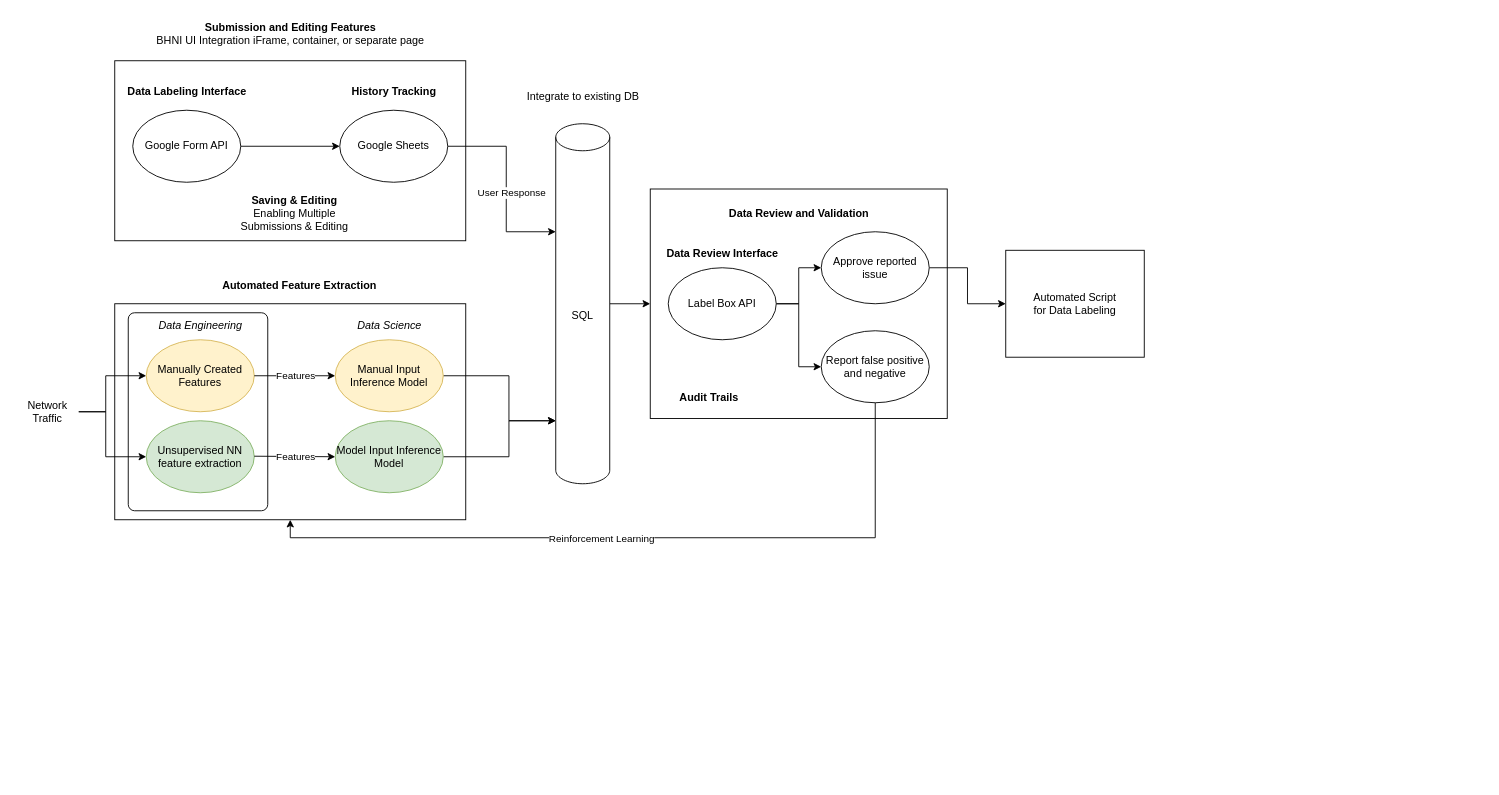
Earlier version of the draw.io diagram BHNI form.drawio (VadneyK/diagrams). Source tidied: cells renumbered, new cells numbered last; positions are measured from the earlier drawing's top-left corner, leaving out a move shared by most shapes. Both pictures are drawn from the tidied source at 90%, with x=0, y=0 at pixel (15, 15).
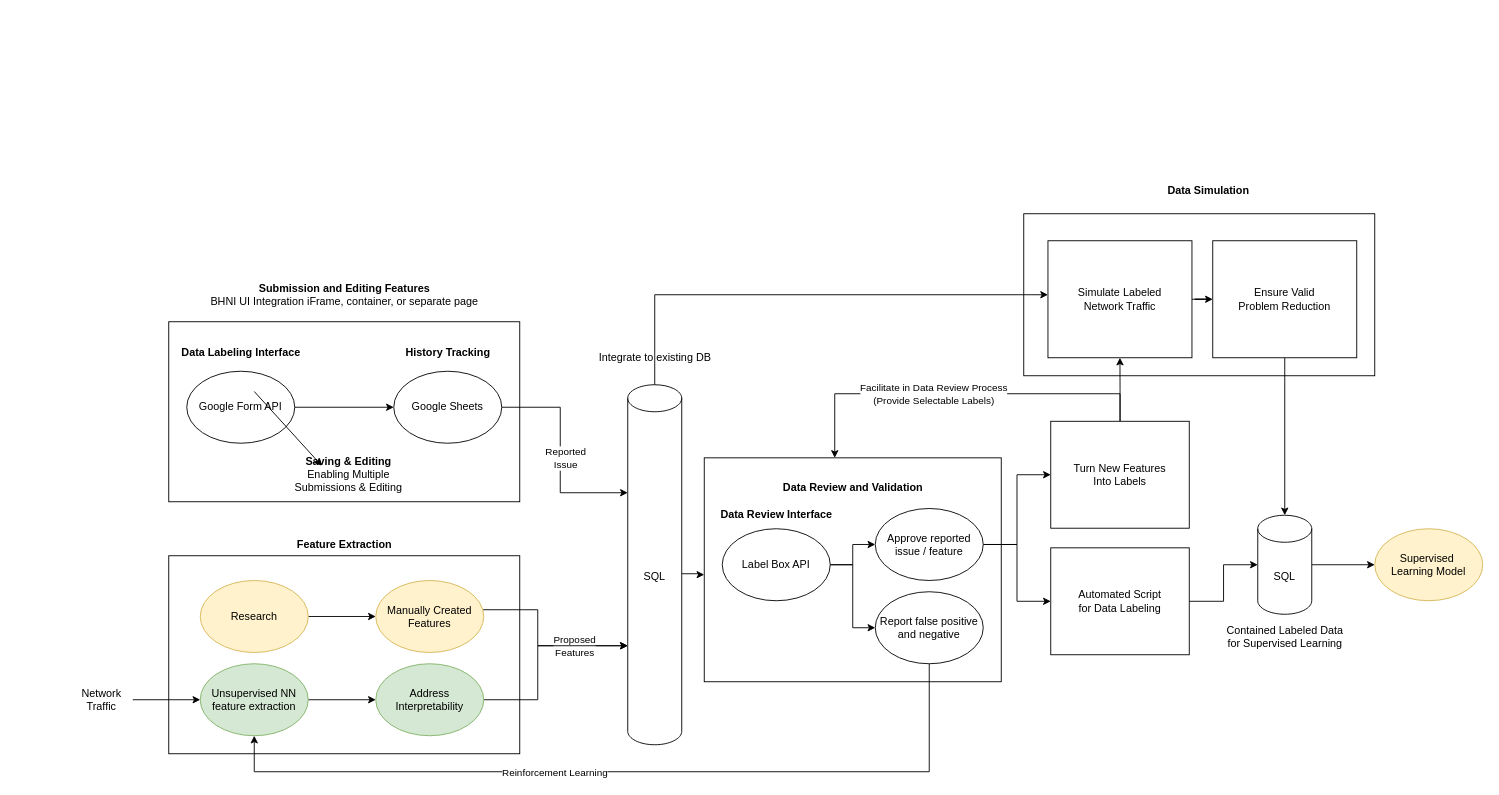
After the change.

What changed in the source:
```diff
@@
+    <mxCell id="46" style="rounded=0;whiteSpace=wrap;html=1;" parent="1" vertex="1">
+      <mxGeometry x="1120" y="220" width="390" height="180" as="geometry" />
+    </mxCell>
+    <mxCell id="3" style="rounded=0;whiteSpace=wrap;html=1;" parent="1" vertex="1">
+      <mxGeometry x="170" y="600" width="390" height="220" as="geometry" />
+    </mxCell>
     <mxCell id="2" style="rounded=0;whiteSpace=wrap;html=1;" parent="1" vertex="1">
-      <mxGeometry x="705" y="192.5" width="330" height="255" as="geometry" />
+      <mxGeometry x="765" y="491.2" width="330" height="248.8" as="geometry" />
     </mxCell>
-    <mxCell id="3" style="rounded=0;whiteSpace=wrap;html=1;" parent="1" vertex="1">
-      <mxGeometry x="110" y="320" width="390" height="240" as="geometry" />
-    </mxCell>
-    <mxCell id="4" style="rounded=1;whiteSpace=wrap;html=1;absoluteArcSize=1;arcSize=14;strokeWidth=1;" parent="1" vertex="1">
-      <mxGeometry x="125" y="330" width="155" height="220" as="geometry" />
-    </mxCell>
     <mxCell id="5" style="rounded=0;whiteSpace=wrap;html=1;" parent="1" vertex="1">
-      <mxGeometry x="110" y="50" width="390" height="200" as="geometry" />
+      <mxGeometry x="170" y="340" width="390" height="200" as="geometry" />
     </mxCell>
     <mxCell id="6" value="&lt;b&gt;Data Labeling Interface&lt;/b&gt;" style="text;html=1;align=center;verticalAlign=middle;strokeColor=none;fillColor=none;" parent="1" vertex="1">
-      <mxGeometry x="110" y="70" width="160" height="30" as="geometry" />
+      <mxGeometry x="170" y="360" width="160" height="30" as="geometry" />
     </mxCell>
@@
     <mxCell id="8" value="Google Form API" style="ellipse;whiteSpace=wrap;html=1;" parent="1" vertex="1">
-      <mxGeometry x="130" y="105" width="120" height="80" as="geometry" />
+      <mxGeometry x="190" y="395" width="120" height="80" as="geometry" />
     </mxCell>
     <mxCell id="9" value="&lt;b&gt;History Tracking&lt;/b&gt;" style="text;html=1;align=center;verticalAlign=middle;strokeColor=none;fillColor=none;" parent="1" vertex="1">
-      <mxGeometry x="360" y="70" width="120" height="30" as="geometry" />
+      <mxGeometry x="420" y="360" width="120" height="30" as="geometry" />
     </mxCell>
     <mxCell id="10" style="edgeStyle=orthogonalEdgeStyle;rounded=0;jettySize=auto;html=1;" parent="1" edge="1" source="12" target="37">
       <mxGeometry relative="1" as="geometry">
         <Array as="points">
-          <mxPoint x="545" y="145" />
-          <mxPoint x="545" y="240" />
+          <mxPoint x="605" y="435" />
+          <mxPoint x="605" y="530" />
         </Array>
       </mxGeometry>
     </mxCell>
-    <mxCell id="11" value="User Response" style="edgeLabel;html=1;align=center;verticalAlign=middle;" parent="10" vertex="1">
+    <mxCell id="11" value="Reported&lt;div&gt;Issue&lt;/div&gt;" style="edgeLabel;html=1;align=center;verticalAlign=middle;" parent="10" vertex="1">
       <mxGeometry x="-0.29" relative="1" as="geometry">
-        <mxPoint x="5" y="40" as="offset" />
+        <mxPoint x="5" y="38" as="offset" />
       </mxGeometry>
     </mxCell>
     <mxCell id="12" value="Google Sheets" style="ellipse;whiteSpace=wrap;html=1;" parent="1" vertex="1">
-      <mxGeometry x="360" y="105" width="120" height="80" as="geometry" />
+      <mxGeometry x="420" y="395" width="120" height="80" as="geometry" />
     </mxCell>
     <mxCell id="13" value="&lt;b&gt;Submission and Editing Features&lt;/b&gt;&lt;div&gt;BHNI UI Integration iFrame, container, or separate page&lt;/div&gt;" style="text;html=1;align=center;verticalAlign=middle;strokeColor=none;fillColor=none;" parent="1" vertex="1">
-      <mxGeometry x="145" width="320" height="40" as="geometry" />
+      <mxGeometry x="205" y="290" width="320" height="40" as="geometry" />
     </mxCell>
     <mxCell id="14" value="&lt;b&gt;Saving &amp;amp; Editing&lt;/b&gt;&lt;div&gt;&lt;span style=&quot;background-color: initial;&quot;&gt;Enabling Multiple Submissions &amp;amp; Editing&lt;/span&gt;&lt;/div&gt;" style="text;html=1;align=center;verticalAlign=middle;whiteSpace=wrap;rounded=0;" parent="1" vertex="1">
-      <mxGeometry x="230" y="190" width="160" height="60" as="geometry" />
+      <mxGeometry x="290" y="480" width="160" height="60" as="geometry" />
     </mxCell>
-    <mxCell id="15" value="&lt;i&gt;Data Engineering&lt;/i&gt;" style="text;html=1;align=center;verticalAlign=middle;strokeColor=none;fillColor=none;" parent="1" vertex="1">
-      <mxGeometry x="145" y="330" width="120" height="30" as="geometry" />
-    </mxCell>
-    <mxCell id="16" value="Manually Created Features" style="ellipse;whiteSpace=wrap;html=1;fillColor=#fff2cc;strokeColor=#d6b656;" parent="1" vertex="1">
-      <mxGeometry x="145" y="360" width="120" height="80" as="geometry" />
-    </mxCell>
-    <mxCell id="17" value="&lt;i&gt;Data Science&lt;/i&gt;" style="text;html=1;align=center;verticalAlign=middle;strokeColor=none;fillColor=none;" parent="1" vertex="1">
-      <mxGeometry x="370" y="330" width="90" height="30" as="geometry" />
-    </mxCell>
-    <mxCell id="18" style="edgeStyle=orthogonalEdgeStyle;rounded=0;jettySize=auto;html=1;" parent="1" edge="1" source="19" target="37">
-      <mxGeometry relative="1" as="geometry">
-        <Array as="points">
-          <mxPoint x="548" y="400" />
-          <mxPoint x="548" y="450" />
-        </Array>
-      </mxGeometry>
-    </mxCell>
-    <mxCell id="19" value="Manual Input Inference Model" style="ellipse;whiteSpace=wrap;html=1;fillColor=#fff2cc;strokeColor=#d6b656;" parent="1" vertex="1">
-      <mxGeometry x="355" y="360" width="120" height="80" as="geometry" />
-    </mxCell>
-    <mxCell id="20" value="&lt;b&gt;Automated Feature Extraction&lt;/b&gt;" style="text;html=1;align=center;verticalAlign=middle;strokeColor=none;fillColor=none;" parent="1" vertex="1">
-      <mxGeometry x="220" y="285" width="190" height="30" as="geometry" />
+    <mxCell id="20" value="&lt;b style=&quot;background-color: initial;&quot;&gt;Feature Extraction&lt;/b&gt;" style="text;html=1;align=center;verticalAlign=middle;strokeColor=none;fillColor=none;" parent="1" vertex="1">
+      <mxGeometry x="300" y="572.5" width="130" height="30" as="geometry" />
     </mxCell>
-    <mxCell id="21" style="endArrow=classic;html=1;rounded=0;entryX=0;entryY=0.5;entryDx=0;entryDy=0;exitX=1;exitY=0.5;exitDx=0;exitDy=0;" parent="1" edge="1" source="16" target="19">
-      <mxGeometry relative="1" as="geometry" />
+    <mxCell id="21" style="endArrow=classic;html=1;rounded=0;entryX=0;entryY=0.5;entryDx=0;entryDy=0;exitX=1;exitY=0.5;exitDx=0;exitDy=0;" parent="1" edge="1">
+      <mxGeometry relative="1" as="geometry">
+        <mxPoint x="265" y="417.5" as="sourcePoint" />
+        <mxPoint x="340" y="500" as="targetPoint" />
+      </mxGeometry>
     </mxCell>
-    <mxCell id="22" value="Features" style="edgeLabel;html=1;align=center;verticalAlign=middle;" parent="21" vertex="1">
-      <mxGeometry x="0.01" y="1" relative="1" as="geometry" />
-    </mxCell>
+    <mxCell id="47" style="edgeStyle=orthogonalEdgeStyle;rounded=0;jettySize=auto;html=1;" parent="1" edge="1" source="23" target="28">
+      <mxGeometry relative="1" as="geometry" />
+    </mxCell>
     <mxCell id="23" value="Unsupervised NN feature extraction" style="ellipse;whiteSpace=wrap;html=1;fillColor=#d5e8d4;strokeColor=#82b366;" parent="1" vertex="1">
-      <mxGeometry x="145" y="450" width="120" height="80" as="geometry" />
+      <mxGeometry x="205" y="720" width="120" height="80" as="geometry" />
     </mxCell>
-    <mxCell id="24" style="edgeStyle=orthogonalEdgeStyle;rounded=0;jettySize=auto;html=1;" parent="1" edge="1" source="26" target="16">
-      <mxGeometry relative="1" as="geometry">
-        <Array as="points">
-          <mxPoint x="100" y="440" />
-          <mxPoint x="100" y="400" />
-        </Array>
-      </mxGeometry>
-    </mxCell>
     <mxCell id="25" style="edgeStyle=orthogonalEdgeStyle;rounded=0;jettySize=auto;html=1;" parent="1" edge="1" source="26" target="23">
-      <mxGeometry relative="1" as="geometry">
-        <Array as="points">
-          <mxPoint x="100" y="440" />
-          <mxPoint x="100" y="490" />
-        </Array>
-      </mxGeometry>
+      <mxGeometry relative="1" as="geometry" />
     </mxCell>
     <mxCell id="26" value="Network&lt;div&gt;Traffic&lt;/div&gt;" style="text;html=1;align=center;verticalAlign=middle;points=[];strokeColor=none;fillColor=none;" parent="1" vertex="1">
-      <mxGeometry y="420" width="70" height="40" as="geometry" />
+      <mxGeometry x="60" y="740" width="70" height="40" as="geometry" />
     </mxCell>
     <mxCell id="27" style="edgeStyle=orthogonalEdgeStyle;rounded=0;jettySize=auto;html=1;" parent="1" edge="1" source="28" target="37">
       <mxGeometry relative="1" as="geometry">
         <Array as="points">
-          <mxPoint x="548" y="490" />
-          <mxPoint x="548" y="450" />
+          <mxPoint x="580" y="760" />
+          <mxPoint x="580" y="700" />
         </Array>
       </mxGeometry>
     </mxCell>
+    <mxCell id="48" style="edgeLabel;html=1;align=center;verticalAlign=middle;" parent="27" vertex="1">
+      <mxGeometry x="0.01" y="2" relative="1" as="geometry" />
+    </mxCell>
+    <mxCell id="49" value="Proposed&lt;div&gt;Features&lt;/div&gt;" style="edgeLabel;html=1;align=center;verticalAlign=middle;" parent="27" vertex="1">
+      <mxGeometry x="0.06" y="-1" relative="1" as="geometry">
+        <mxPoint x="39" y="-3" as="offset" />
+      </mxGeometry>
+    </mxCell>
-    <mxCell id="28" value="Model Input Inference Model" style="ellipse;whiteSpace=wrap;html=1;fillColor=#d5e8d4;strokeColor=#82b366;" parent="1" vertex="1">
-      <mxGeometry x="355" y="450" width="120" height="80" as="geometry" />
+    <mxCell id="28" value="Address&lt;div&gt;Interpretability&lt;/div&gt;" style="ellipse;whiteSpace=wrap;html=1;fillColor=#d5e8d4;strokeColor=#82b366;" parent="1" vertex="1">
+      <mxGeometry x="400" y="720" width="120" height="80" as="geometry" />
     </mxCell>
-    <mxCell id="29" style="endArrow=classic;html=1;rounded=0;exitX=1;exitY=0.5;exitDx=0;exitDy=0;" parent="1" edge="1" target="28">
-      <mxGeometry relative="1" as="geometry">
-        <mxPoint x="265" y="489.4" as="sourcePoint" />
-      </mxGeometry>
-    </mxCell>
-    <mxCell id="30" value="Features" style="edgeLabel;html=1;align=center;verticalAlign=middle;" parent="29" vertex="1">
-      <mxGeometry x="0.03" relative="1" as="geometry" />
-    </mxCell>
@@
     <mxCell id="33" value="Label Box API" style="ellipse;whiteSpace=wrap;html=1;" parent="1" vertex="1">
-      <mxGeometry x="725" y="280" width="120" height="80" as="geometry" />
+      <mxGeometry x="785" y="570" width="120" height="80" as="geometry" />
     </mxCell>
-    <mxCell id="34" value="&lt;b&gt;Audit Trails&lt;/b&gt;" style="text;html=1;align=center;verticalAlign=middle;strokeColor=none;fillColor=none;" parent="1" vertex="1">
-      <mxGeometry x="725" y="410" width="90" height="30" as="geometry" />
-    </mxCell>
     <mxCell id="35" value="&lt;b&gt;Data Review and Validation&lt;/b&gt;" style="text;html=1;align=center;verticalAlign=middle;strokeColor=none;fillColor=none;" parent="1" vertex="1">
-      <mxGeometry x="780" y="205" width="180" height="30" as="geometry" />
+      <mxGeometry x="840" y="509" width="180" height="30" as="geometry" />
     </mxCell>
     <mxCell id="36" style="edgeStyle=orthogonalEdgeStyle;rounded=0;jettySize=auto;html=1;" parent="1" edge="1" source="37" target="2">
-      <mxGeometry relative="1" as="geometry" />
+      <mxGeometry relative="1" as="geometry">
+        <Array as="points">
+          <mxPoint x="760" y="620" />
+          <mxPoint x="760" y="621" />
+        </Array>
+      </mxGeometry>
     </mxCell>
-    <mxCell id="37" value="SQL" style="shape=cylinder3;whiteSpace=wrap;html=1;boundedLbl=1;backgroundOutline=1;size=15;" parent="1" vertex="1">
-      <mxGeometry x="600" y="120" width="60" height="400" as="geometry" />
-    </mxCell>
-    <mxCell id="38" value="Integrate to existing DB" style="text;html=1;align=center;verticalAlign=middle;strokeColor=none;fillColor=none;" parent="1" vertex="1">
-      <mxGeometry x="555" y="75" width="150" height="30" as="geometry" />
-    </mxCell>
     <mxCell id="39" value="&lt;b&gt;Data Review Interface&lt;/b&gt;" style="text;html=1;align=center;verticalAlign=middle;strokeColor=none;fillColor=none;" parent="1" vertex="1">
-      <mxGeometry x="710" y="250" width="150" height="30" as="geometry" />
+      <mxGeometry x="770" y="540" width="150" height="30" as="geometry" />
     </mxCell>
-    <mxCell id="40" style="edgeStyle=orthogonalEdgeStyle;rounded=0;jettySize=auto;html=1;entryX=0.5;entryY=1;entryDx=0;entryDy=0;" parent="1" edge="1" source="42" target="3">
-      <mxGeometry relative="1" as="geometry">
-        <Array as="points">
-          <mxPoint x="955" y="580" />
-          <mxPoint x="305" y="580" />
-        </Array>
-      </mxGeometry>
-    </mxCell>
+    <mxCell id="50" style="edgeStyle=orthogonalEdgeStyle;rounded=0;jettySize=auto;html=1;" parent="1" edge="1" source="42" target="23">
+      <mxGeometry relative="1" as="geometry">
+        <Array as="points">
+          <mxPoint x="1015" y="840" />
+          <mxPoint x="265" y="840" />
+        </Array>
+      </mxGeometry>
+    </mxCell>
-    <mxCell id="41" value="Reinforcement Learning" style="edgeLabel;html=1;align=center;verticalAlign=middle;" parent="40" vertex="1">
-      <mxGeometry x="0.11" relative="1" as="geometry" />
+    <mxCell id="41" value="Reinforcement Learning" style="edgeLabel;html=1;align=center;verticalAlign=middle;" parent="50" vertex="1">
+      <mxGeometry x="0.18" relative="1" as="geometry" />
     </mxCell>
     <mxCell id="42" value="Report false positive and negative" style="ellipse;whiteSpace=wrap;html=1;" parent="1" vertex="1">
-      <mxGeometry x="895" y="350" width="120" height="80" as="geometry" />
+      <mxGeometry x="955" y="640" width="120" height="80" as="geometry" />
     </mxCell>
@@
+    <mxCell id="51" style="edgeStyle=orthogonalEdgeStyle;rounded=0;jettySize=auto;html=1;" parent="1" edge="1" source="44" target="64">
+      <mxGeometry relative="1" as="geometry" />
+    </mxCell>
-    <mxCell id="44" value="Approve reported issue" style="ellipse;whiteSpace=wrap;html=1;" parent="1" vertex="1">
-      <mxGeometry x="895" y="240" width="120" height="80" as="geometry" />
+    <mxCell id="44" value="Approve reported issue / feature" style="ellipse;whiteSpace=wrap;html=1;" parent="1" vertex="1">
+      <mxGeometry x="955" y="547.5" width="120" height="80" as="geometry" />
     </mxCell>
+    <mxCell id="52" style="edgeStyle=orthogonalEdgeStyle;rounded=0;jettySize=auto;html=1;" parent="1" edge="1" source="45" target="54">
+      <mxGeometry relative="1" as="geometry" />
+    </mxCell>
     <mxCell id="45" value="Automated Script&lt;div&gt;for Data Labeling&lt;/div&gt;" style="rounded=0;whiteSpace=wrap;html=1;" parent="1" vertex="1">
-      <mxGeometry x="1100" y="260.6" width="153.9" height="118.8" as="geometry" />
+      <mxGeometry x="1150" y="591.2" width="153.9" height="118.8" as="geometry" />
     </mxCell>
+    <mxCell id="53" style="edgeStyle=orthogonalEdgeStyle;rounded=0;jettySize=auto;html=1;" parent="1" edge="1" source="54" target="60">
+      <mxGeometry relative="1" as="geometry" />
+    </mxCell>
+    <mxCell id="54" value="SQL" style="shape=cylinder3;whiteSpace=wrap;html=1;boundedLbl=1;backgroundOutline=1;size=15;" parent="1" vertex="1">
+      <mxGeometry x="1380" y="555" width="60" height="110" as="geometry" />
+    </mxCell>
+    <mxCell id="55" value="Contained Labeled Data&lt;br style=&quot;font-size: 12px;&quot;&gt;for Supervised Learning" style="text;html=1;align=center;verticalAlign=middle;strokeColor=none;fillColor=none;fontSize=12;" parent="1" vertex="1">
+      <mxGeometry x="1335" y="670" width="150" height="40" as="geometry" />
+    </mxCell>
+    <mxCell id="56" style="edgeStyle=orthogonalEdgeStyle;rounded=0;jettySize=auto;html=1;" parent="1" edge="1" source="16" target="37">
+      <mxGeometry relative="1" as="geometry">
+        <Array as="points">
+          <mxPoint x="580" y="660" />
+          <mxPoint x="580" y="700" />
+        </Array>
+      </mxGeometry>
+    </mxCell>
+    <mxCell id="16" value="Manually Created Features" style="ellipse;whiteSpace=wrap;html=1;fillColor=#fff2cc;strokeColor=#d6b656;" parent="1" vertex="1">
+      <mxGeometry x="400" y="627.5" width="120" height="80" as="geometry" />
+    </mxCell>
+    <mxCell id="57" style="edgeStyle=orthogonalEdgeStyle;rounded=0;jettySize=auto;html=1;" parent="1" edge="1" source="58" target="16">
+      <mxGeometry relative="1" as="geometry" />
+    </mxCell>
+    <mxCell id="58" value="Research" style="ellipse;whiteSpace=wrap;html=1;fillColor=#fff2cc;strokeColor=#d6b656;" parent="1" vertex="1">
+      <mxGeometry x="205" y="627.5" width="120" height="80" as="geometry" />
+    </mxCell>
+    <mxCell id="59" style="group;" parent="1" vertex="1">
+      <mxGeometry x="630" y="365" width="150" height="445" as="geometry" />
+    </mxCell>
+    <mxCell id="37" value="SQL" style="shape=cylinder3;whiteSpace=wrap;html=1;boundedLbl=1;backgroundOutline=1;size=15;" parent="59" vertex="1">
+      <mxGeometry x="50" y="45" width="60" height="400" as="geometry" />
+    </mxCell>
+    <mxCell id="38" value="Integrate to existing DB" style="text;html=1;align=center;verticalAlign=middle;strokeColor=none;fillColor=none;" parent="59" vertex="1">
+      <mxGeometry x="5" width="150" height="30" as="geometry" />
+    </mxCell>
+    <mxCell id="60" value="Supervised&amp;nbsp;&lt;div&gt;Learning Model&lt;/div&gt;" style="ellipse;whiteSpace=wrap;html=1;fillColor=#fff2cc;strokeColor=#d6b656;" parent="1" vertex="1">
+      <mxGeometry x="1510" y="570" width="120" height="80" as="geometry" />
+    </mxCell>
+    <mxCell id="61" style="edgeStyle=orthogonalEdgeStyle;rounded=0;jettySize=auto;html=1;" parent="1" edge="1" source="64" target="2">
+      <mxGeometry relative="1" as="geometry">
+        <Array as="points">
+          <mxPoint x="1227" y="420" />
+          <mxPoint x="910" y="420" />
+        </Array>
+      </mxGeometry>
+    </mxCell>
+    <mxCell id="62" value="Facilitate in Data Review Process&lt;div&gt;(Provide Selectable Labels)&lt;/div&gt;" style="edgeLabel;html=1;align=center;verticalAlign=middle;" parent="61" vertex="1">
+      <mxGeometry x="-0.05" relative="1" as="geometry">
+        <mxPoint x="-39" as="offset" />
+      </mxGeometry>
+    </mxCell>
+    <mxCell id="63" style="edgeStyle=orthogonalEdgeStyle;rounded=0;jettySize=auto;html=1;" parent="1" edge="1" source="64" target="69">
+      <mxGeometry relative="1" as="geometry" />
+    </mxCell>
+    <mxCell id="64" value="&lt;div&gt;Turn New Features&lt;br&gt;Into Labels&lt;/div&gt;" style="rounded=0;whiteSpace=wrap;html=1;" parent="1" vertex="1">
+      <mxGeometry x="1150" y="450.6" width="153.9" height="118.8" as="geometry" />
+    </mxCell>
+    <mxCell id="65" style="edgeStyle=orthogonalEdgeStyle;rounded=0;jettySize=auto;html=1;" parent="1" edge="1" source="37" target="69">
+      <mxGeometry relative="1" as="geometry">
+        <Array as="points">
+          <mxPoint x="710" y="310" />
+        </Array>
+      </mxGeometry>
+    </mxCell>
+    <mxCell id="66" style="edgeStyle=orthogonalEdgeStyle;rounded=0;jettySize=auto;html=1;" parent="1" edge="1" source="67" target="54">
+      <mxGeometry relative="1" as="geometry" />
+    </mxCell>
+    <mxCell id="67" value="Ensure Valid&lt;div&gt;Problem Reduction&lt;/div&gt;" style="rounded=0;whiteSpace=wrap;html=1;" parent="1" vertex="1">
+      <mxGeometry x="1330" y="250" width="160" height="130" as="geometry" />
+    </mxCell>
+    <mxCell id="68" style="edgeStyle=orthogonalEdgeStyle;rounded=0;jettySize=auto;html=1;" parent="1" edge="1" source="69" target="67">
+      <mxGeometry relative="1" as="geometry" />
+    </mxCell>
+    <mxCell id="69" value="Simulate Labeled&lt;br&gt;Network Traffic" style="rounded=0;whiteSpace=wrap;html=1;" parent="1" vertex="1">
+      <mxGeometry x="1146.9" y="250" width="160" height="130" as="geometry" />
+    </mxCell>
+    <mxCell id="70" value="&lt;b&gt;Data Simulation&lt;/b&gt;" style="text;html=1;align=center;verticalAlign=middle;strokeColor=none;fillColor=none;" parent="1" vertex="1">
+      <mxGeometry x="1270" y="180" width="110" height="30" as="geometry" />
+    </mxCell>
```
